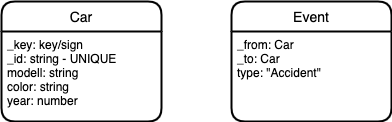
This is images/Schema.png from tog-leanix/schemalose-db-arangoDB, a draw.io export, as it was before one commit. Source tidied: cells renumbered, new cells last; positions are measured from the earlier drawing's top-left corner, leaving out a move shared by most shapes. The source it was exported from:
```xml
<mxGraphModel>
  <root>
    <mxCell id="0" />
    <mxCell id="1" parent="0" />
    <mxCell id="2" value="Event" style="swimlane;horizontal=1;startSize=30;rounded=1;fontSize=14;fontStyle=0;strokeWidth=2;shadow=0;dashed=0;align=center;" parent="1" vertex="1">
      <mxGeometry x="230" width="160" height="120" as="geometry" />
    </mxCell>
    <mxCell id="3" value="_from: Car&#10;_to: Car&#10;type: &quot;Accident&quot;" style="align=left;strokeColor=none;fillColor=none;spacingLeft=4;fontSize=12;verticalAlign=top;" parent="2" vertex="1">
      <mxGeometry y="30" width="160" height="90" as="geometry" />
    </mxCell>
    <mxCell id="4" value="Car" style="swimlane;horizontal=1;startSize=30;rounded=1;fontSize=14;fontStyle=0;strokeWidth=2;shadow=0;dashed=0;align=center;" parent="1" vertex="1">
      <mxGeometry width="160" height="120" as="geometry" />
    </mxCell>
    <mxCell id="5" value="_key: key/sign&#10;_id: string - UNIQUE&#10;modell: string&#10;color: string&#10;year: number&#10;" style="align=left;strokeColor=none;fillColor=none;spacingLeft=4;fontSize=12;verticalAlign=top;" parent="4" vertex="1">
      <mxGeometry y="30" width="160" height="90" as="geometry" />
    </mxCell>
  </root>
</mxGraphModel>
```
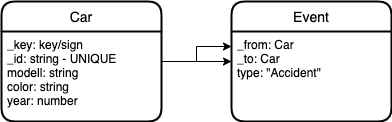
Above is the later version.

The edit, as a diff of the source:
```diff
@@ -14,5 +14,23 @@
     <mxCell id="5" value="_key: key/sign&#10;_id: string - UNIQUE&#10;modell: string&#10;color: string&#10;year: number&#10;" style="align=left;strokeColor=none;fillColor=none;spacingLeft=4;fontSize=12;verticalAlign=top;" parent="4" vertex="1">
       <mxGeometry y="30" width="160" height="90" as="geometry" />
     </mxCell>
+    <mxCell id="6" style="edgeStyle=orthogonalEdgeStyle;rounded=0;jettySize=auto;html=1;" parent="1" edge="1" source="5">
+      <mxGeometry relative="1" as="geometry">
+        <mxPoint x="230" y="45" as="targetPoint" />
+        <Array as="points">
+          <mxPoint x="195" y="60" />
+          <mxPoint x="195" y="45" />
+          <mxPoint x="230" y="45" />
+        </Array>
+      </mxGeometry>
+    </mxCell>
+    <mxCell id="7" style="edgeStyle=orthogonalEdgeStyle;rounded=0;jettySize=auto;html=1;entryX=0;entryY=0.5;entryDx=0;entryDy=0;" parent="1" edge="1" target="2">
+      <mxGeometry relative="1" as="geometry">
+        <mxPoint x="160" y="60" as="sourcePoint" />
+        <Array as="points">
+          <mxPoint x="160" y="60" />
+        </Array>
+      </mxGeometry>
+    </mxCell>
   </root>
 </mxGraphModel>
```
